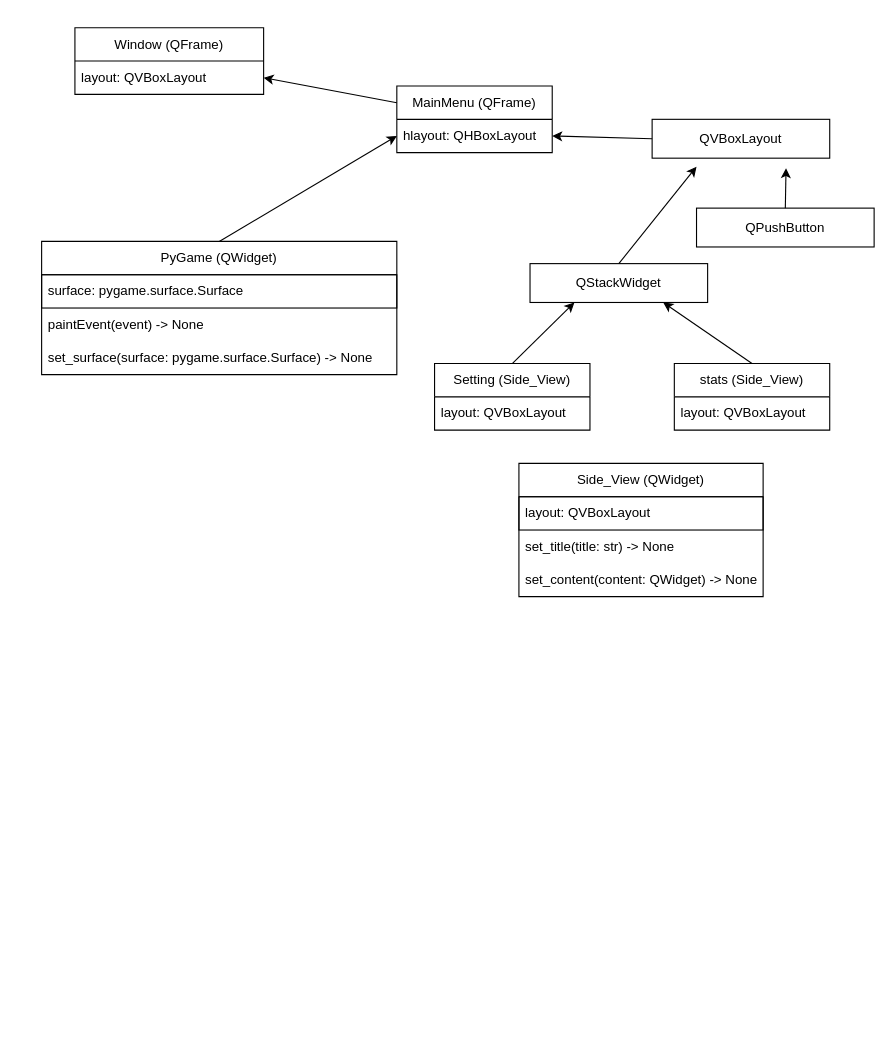
This is class_diagramm.drawio from Vincent-von-Schmidt/mini_chess, a draw.io file, before an edit. Source tidied: cells renumbered, new cells numbered last; positions are measured from the earlier drawing's top-left corner, leaving out a move shared by most shapes. Both pictures are drawn from the tidied source at 111%, with x=0, y=0 at pixel (41, 28).
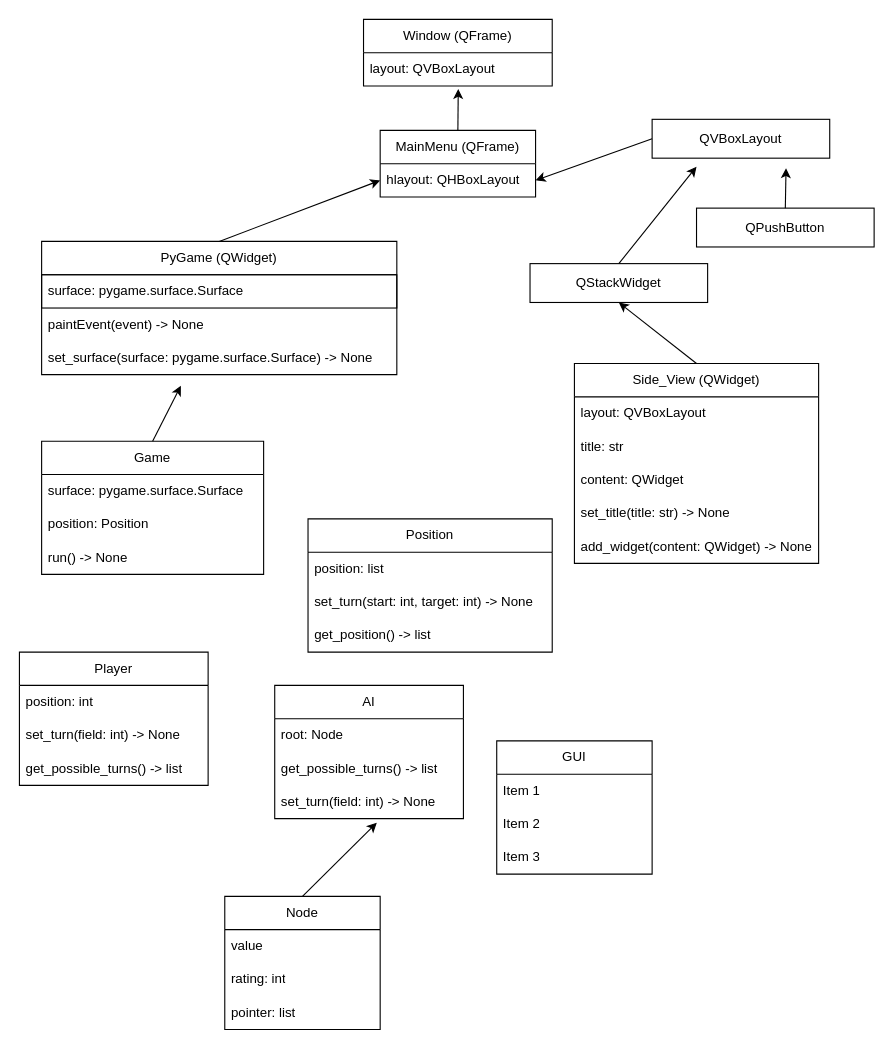
Above is the later version.

Unchanged cells that the change refers to:
```xml
<mxCell id="3" value="layout: QVBoxLayout" style="text;strokeColor=none;fillColor=none;align=left;verticalAlign=middle;spacingLeft=4;spacingRight=4;overflow=hidden;points=[[0,0.5],[1,0.5]];portConstraint=eastwest;whiteSpace=wrap;html=1;" parent="2" vertex="1">
  <mxGeometry y="30" width="170" height="30" as="geometry" />
</mxCell>
<mxCell id="10" value="set_surface(surface: pygame.surface.Surface) -&amp;gt; None" style="text;strokeColor=none;fillColor=none;align=left;verticalAlign=middle;spacingLeft=4;spacingRight=4;overflow=hidden;points=[[0,0.5],[1,0.5]];portConstraint=eastwest;whiteSpace=wrap;html=1;" parent="7" vertex="1">
  <mxGeometry y="90" width="320" height="30" as="geometry" />
</mxCell>
<mxCell id="16" value="QStackWidget" style="rounded=0;whiteSpace=wrap;html=1;" parent="1" vertex="1">
  <mxGeometry x="440" y="212" width="160" height="35" as="geometry" />
</mxCell>
```

The edit, as a diff of the source:
```diff
@@
     <mxCell id="2" value="Window (QFrame)" style="swimlane;fontStyle=0;horizontal=1;startSize=30;whiteSpace=wrap;html=1;" parent="1" vertex="1">
-      <mxGeometry x="30" y="-0.5" width="170" height="60" as="geometry" />
+      <mxGeometry x="290" y="-8" width="170" height="60" as="geometry" />
     </mxCell>
@@
     <mxCell id="4" value="MainMenu (QFrame)" style="swimlane;fontStyle=0;horizontal=1;startSize=30;whiteSpace=wrap;html=1;" parent="1" vertex="1">
-      <mxGeometry x="320" y="52" width="140" height="60" as="geometry" />
+      <mxGeometry x="305" y="92" width="140" height="60" as="geometry" />
     </mxCell>
@@
-    <mxCell id="6" style="endArrow=classic;html=1;rounded=0;entryX=1;entryY=0.5;entryDx=0;entryDy=0;exitX=0;exitY=0.25;exitDx=0;exitDy=0;" parent="1" edge="1" source="4" target="3">
+    <mxCell id="6" style="endArrow=classic;html=1;rounded=0;exitX=0.5;exitY=0;exitDx=0;exitDy=0;entryX=0.502;entryY=1.089;entryDx=0;entryDy=0;entryPerimeter=0;" parent="1" edge="1" source="4" target="3">
       <mxGeometry relative="1" as="geometry" />
     </mxCell>
@@
-    <mxCell id="18" value="Setting (Side_View)" style="swimlane;fontStyle=0;horizontal=1;startSize=30;whiteSpace=wrap;html=1;" parent="1" vertex="1">
-      <mxGeometry x="354" y="302" width="140" height="60" as="geometry" />
-    </mxCell>
-    <mxCell id="19" value="layout: QVBoxLayout" style="text;strokeColor=none;fillColor=none;align=left;verticalAlign=middle;spacingLeft=4;spacingRight=4;overflow=hidden;whiteSpace=wrap;html=1;" parent="18" vertex="1">
-      <mxGeometry y="30" width="140" height="30" as="geometry" />
-    </mxCell>
-    <mxCell id="20" style="endArrow=classic;html=1;rounded=0;exitX=0.5;exitY=0;exitDx=0;exitDy=0;entryX=0.25;entryY=1;entryDx=0;entryDy=0;" parent="1" edge="1" source="18" target="16">
+    <mxCell id="20" style="endArrow=classic;html=1;rounded=0;exitX=0.5;exitY=0;exitDx=0;exitDy=0;entryX=0.5;entryY=1;entryDx=0;entryDy=0;" parent="1" edge="1" source="24" target="16">
       <mxGeometry relative="1" as="geometry" />
     </mxCell>
-    <mxCell id="21" value="stats (Side_View)" style="swimlane;fontStyle=0;horizontal=1;startSize=30;whiteSpace=wrap;html=1;" parent="1" vertex="1">
-      <mxGeometry x="570" y="302" width="140" height="60" as="geometry" />
-    </mxCell>
-    <mxCell id="22" value="layout: QVBoxLayout" style="text;strokeColor=none;fillColor=none;align=left;verticalAlign=middle;spacingLeft=4;spacingRight=4;overflow=hidden;whiteSpace=wrap;html=1;" parent="21" vertex="1">
-      <mxGeometry y="30" width="140" height="30" as="geometry" />
-    </mxCell>
-    <mxCell id="23" style="endArrow=classic;html=1;rounded=0;exitX=0.5;exitY=0;exitDx=0;exitDy=0;entryX=0.75;entryY=1;entryDx=0;entryDy=0;" parent="1" edge="1" source="21" target="16">
-      <mxGeometry relative="1" as="geometry" />
-    </mxCell>
     <mxCell id="24" value="Side_View (QWidget)" style="swimlane;fontStyle=0;horizontal=1;startSize=30;whiteSpace=wrap;html=1;" parent="1" vertex="1">
-      <mxGeometry x="430" y="392" width="220" height="120" as="geometry" />
+      <mxGeometry x="480" y="302" width="220" height="180" as="geometry" />
     </mxCell>
-    <mxCell id="25" value="layout: QVBoxLayout" style="text;strokeColor=default;fillColor=none;align=left;verticalAlign=middle;spacingLeft=4;spacingRight=4;overflow=hidden;whiteSpace=wrap;html=1;" parent="24" vertex="1">
+    <mxCell id="25" value="layout: QVBoxLayout" style="text;strokeColor=none;fillColor=none;align=left;verticalAlign=middle;spacingLeft=4;spacingRight=4;overflow=hidden;whiteSpace=wrap;html=1;" parent="24" vertex="1">
       <mxGeometry y="30" width="220" height="30" as="geometry" />
     </mxCell>
+    <mxCell id="28" value="title: str" style="text;strokeColor=none;fillColor=none;align=left;verticalAlign=middle;spacingLeft=4;spacingRight=4;overflow=hidden;whiteSpace=wrap;html=1;" parent="24" vertex="1">
+      <mxGeometry y="60" width="220" height="30" as="geometry" />
+    </mxCell>
+    <mxCell id="29" value="content: QWidget" style="text;strokeColor=none;fillColor=none;align=left;verticalAlign=middle;spacingLeft=4;spacingRight=4;overflow=hidden;whiteSpace=wrap;html=1;" parent="24" vertex="1">
+      <mxGeometry y="90" width="220" height="30" as="geometry" />
+    </mxCell>
     <mxCell id="26" value="set_title(title: str) -&amp;gt; None" style="text;strokeColor=none;fillColor=none;align=left;verticalAlign=middle;spacingLeft=4;spacingRight=4;overflow=hidden;whiteSpace=wrap;html=1;" parent="24" vertex="1">
-      <mxGeometry y="60" width="220" height="30" as="geometry" />
+      <mxGeometry y="120" width="220" height="30" as="geometry" />
     </mxCell>
-    <mxCell id="27" value="set_content(content: QWidget) -&amp;gt; None" style="text;strokeColor=none;fillColor=none;align=left;verticalAlign=middle;spacingLeft=4;spacingRight=4;overflow=hidden;whiteSpace=wrap;html=1;strokeWidth=0;" parent="24" vertex="1">
-      <mxGeometry y="90" width="220" height="30" as="geometry" />
+    <mxCell id="27" value="add_widget(content: QWidget) -&amp;gt; None" style="text;strokeColor=none;fillColor=none;align=left;verticalAlign=middle;spacingLeft=4;spacingRight=4;overflow=hidden;whiteSpace=wrap;html=1;strokeWidth=0;" parent="24" vertex="1">
+      <mxGeometry y="150" width="220" height="30" as="geometry" />
     </mxCell>
+    <mxCell id="30" value="Game" style="swimlane;fontStyle=0;horizontal=1;startSize=30;whiteSpace=wrap;html=1;" parent="1" vertex="1">
+      <mxGeometry y="372" width="200" height="120" as="geometry" />
+    </mxCell>
+    <mxCell id="31" value="surface: pygame.surface.Surface" style="text;strokeColor=none;fillColor=none;align=left;verticalAlign=middle;spacingLeft=4;spacingRight=4;overflow=hidden;whiteSpace=wrap;html=1;" parent="30" vertex="1">
+      <mxGeometry y="30" width="200" height="30" as="geometry" />
+    </mxCell>
+    <mxCell id="32" value="position: Position" style="text;strokeColor=none;fillColor=none;align=left;verticalAlign=middle;spacingLeft=4;spacingRight=4;overflow=hidden;whiteSpace=wrap;html=1;" parent="30" vertex="1">
+      <mxGeometry y="60" width="200" height="30" as="geometry" />
+    </mxCell>
+    <mxCell id="33" value="run() -&amp;gt; None" style="text;strokeColor=none;fillColor=none;align=left;verticalAlign=middle;spacingLeft=4;spacingRight=4;overflow=hidden;whiteSpace=wrap;html=1;" parent="30" vertex="1">
+      <mxGeometry y="90" width="200" height="30" as="geometry" />
+    </mxCell>
+    <mxCell id="34" style="endArrow=classic;html=1;rounded=0;exitX=0.5;exitY=0;exitDx=0;exitDy=0;entryX=0.392;entryY=1.333;entryDx=0;entryDy=0;entryPerimeter=0;" parent="1" edge="1" source="30" target="10">
+      <mxGeometry relative="1" as="geometry" />
+    </mxCell>
+    <mxCell id="35" value="Player" style="swimlane;fontStyle=0;horizontal=1;startSize=30;whiteSpace=wrap;html=1;" parent="1" vertex="1">
+      <mxGeometry x="-20" y="562" width="170" height="120" as="geometry" />
+    </mxCell>
+    <mxCell id="36" value="position: int" style="text;strokeColor=none;fillColor=none;align=left;verticalAlign=middle;spacingLeft=4;spacingRight=4;overflow=hidden;whiteSpace=wrap;html=1;" parent="35" vertex="1">
+      <mxGeometry y="30" width="170" height="30" as="geometry" />
+    </mxCell>
+    <mxCell id="37" value="set_turn(field: int) -&amp;gt; None" style="text;strokeColor=none;fillColor=none;align=left;verticalAlign=middle;spacingLeft=4;spacingRight=4;overflow=hidden;whiteSpace=wrap;html=1;" parent="35" vertex="1">
+      <mxGeometry y="60" width="170" height="30" as="geometry" />
+    </mxCell>
+    <mxCell id="38" value="get_possible_turns() -&amp;gt; list" style="text;strokeColor=none;fillColor=none;align=left;verticalAlign=middle;spacingLeft=4;spacingRight=4;overflow=hidden;whiteSpace=wrap;html=1;" parent="35" vertex="1">
+      <mxGeometry y="90" width="170" height="30" as="geometry" />
+    </mxCell>
+    <mxCell id="39" value="Position" style="swimlane;fontStyle=0;horizontal=1;startSize=30;whiteSpace=wrap;html=1;" parent="1" vertex="1">
+      <mxGeometry x="240" y="442" width="220" height="120" as="geometry" />
+    </mxCell>
+    <mxCell id="40" value="position: list" style="text;strokeColor=none;fillColor=none;align=left;verticalAlign=middle;spacingLeft=4;spacingRight=4;overflow=hidden;whiteSpace=wrap;html=1;" parent="39" vertex="1">
+      <mxGeometry y="30" width="220" height="30" as="geometry" />
+    </mxCell>
+    <mxCell id="41" value="set_turn(start: int, target: int) -&amp;gt; None" style="text;strokeColor=none;fillColor=none;align=left;verticalAlign=middle;spacingLeft=4;spacingRight=4;overflow=hidden;whiteSpace=wrap;html=1;" parent="39" vertex="1">
+      <mxGeometry y="60" width="220" height="30" as="geometry" />
+    </mxCell>
+    <mxCell id="42" value="get_position() -&amp;gt; list" style="text;strokeColor=none;fillColor=none;align=left;verticalAlign=middle;spacingLeft=4;spacingRight=4;overflow=hidden;whiteSpace=wrap;html=1;" parent="39" vertex="1">
+      <mxGeometry y="90" width="220" height="30" as="geometry" />
+    </mxCell>
+    <mxCell id="43" value="AI" style="swimlane;fontStyle=0;horizontal=1;startSize=30;whiteSpace=wrap;html=1;" parent="1" vertex="1">
+      <mxGeometry x="210" y="592" width="170" height="120" as="geometry" />
+    </mxCell>
+    <mxCell id="44" value="root: Node" style="text;strokeColor=none;fillColor=none;align=left;verticalAlign=middle;spacingLeft=4;spacingRight=4;overflow=hidden;whiteSpace=wrap;html=1;" parent="43" vertex="1">
+      <mxGeometry y="30" width="170" height="30" as="geometry" />
+    </mxCell>
+    <mxCell id="45" value="get_possible_turns() -&amp;gt; list" style="text;strokeColor=none;fillColor=none;align=left;verticalAlign=middle;spacingLeft=4;spacingRight=4;overflow=hidden;whiteSpace=wrap;html=1;" parent="43" vertex="1">
+      <mxGeometry y="60" width="170" height="30" as="geometry" />
+    </mxCell>
+    <mxCell id="46" value="set_turn(field: int) -&amp;gt; None" style="text;strokeColor=none;fillColor=none;align=left;verticalAlign=middle;spacingLeft=4;spacingRight=4;overflow=hidden;points=[[0,0.5],[1,0.5]];portConstraint=eastwest;whiteSpace=wrap;html=1;" parent="43" vertex="1">
+      <mxGeometry y="90" width="170" height="30" as="geometry" />
+    </mxCell>
+    <mxCell id="47" value="Node" style="swimlane;fontStyle=0;horizontal=1;startSize=30;whiteSpace=wrap;html=1;" parent="1" vertex="1">
+      <mxGeometry x="165" y="782" width="140" height="120" as="geometry" />
+    </mxCell>
+    <mxCell id="48" value="value" style="text;strokeColor=none;fillColor=none;align=left;verticalAlign=middle;spacingLeft=4;spacingRight=4;overflow=hidden;whiteSpace=wrap;html=1;" parent="47" vertex="1">
+      <mxGeometry y="30" width="140" height="30" as="geometry" />
+    </mxCell>
+    <mxCell id="49" value="rating: int" style="text;strokeColor=none;fillColor=none;align=left;verticalAlign=middle;spacingLeft=4;spacingRight=4;overflow=hidden;whiteSpace=wrap;html=1;" parent="47" vertex="1">
+      <mxGeometry y="60" width="140" height="30" as="geometry" />
+    </mxCell>
+    <mxCell id="50" value="pointer: list" style="text;strokeColor=none;fillColor=none;align=left;verticalAlign=middle;spacingLeft=4;spacingRight=4;overflow=hidden;whiteSpace=wrap;html=1;" parent="47" vertex="1">
+      <mxGeometry y="90" width="140" height="30" as="geometry" />
+    </mxCell>
+    <mxCell id="51" style="endArrow=classic;html=1;rounded=0;exitX=0.5;exitY=0;exitDx=0;exitDy=0;entryX=0.541;entryY=1.122;entryDx=0;entryDy=0;entryPerimeter=0;" parent="1" edge="1" source="47" target="46">
+      <mxGeometry relative="1" as="geometry" />
+    </mxCell>
+    <mxCell id="52" value="GUI" style="swimlane;fontStyle=0;horizontal=1;startSize=30;whiteSpace=wrap;html=1;" parent="1" vertex="1">
+      <mxGeometry x="410" y="642" width="140" height="120" as="geometry" />
+    </mxCell>
+    <mxCell id="53" value="Item 1" style="text;strokeColor=none;fillColor=none;align=left;verticalAlign=middle;spacingLeft=4;spacingRight=4;overflow=hidden;whiteSpace=wrap;html=1;" parent="52" vertex="1">
+      <mxGeometry y="30" width="140" height="30" as="geometry" />
+    </mxCell>
+    <mxCell id="54" value="Item 2" style="text;strokeColor=none;fillColor=none;align=left;verticalAlign=middle;spacingLeft=4;spacingRight=4;overflow=hidden;whiteSpace=wrap;html=1;" parent="52" vertex="1">
+      <mxGeometry y="60" width="140" height="30" as="geometry" />
+    </mxCell>
+    <mxCell id="55" value="Item 3" style="text;strokeColor=none;fillColor=none;align=left;verticalAlign=middle;spacingLeft=4;spacingRight=4;overflow=hidden;whiteSpace=wrap;html=1;" parent="52" vertex="1">
+      <mxGeometry y="90" width="140" height="30" as="geometry" />
+    </mxCell>
```
